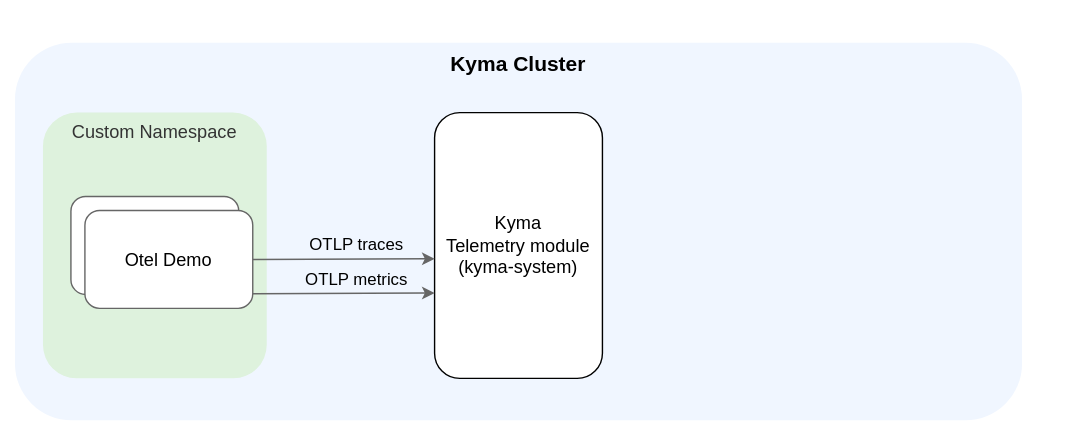
Before: docs/user/integration/assets/otel-demo.drawio.svg, a diagram exported from draw.io (kyma-project/telemetry-manager). Source tidied: cells renumbered, new cells last; positions are measured from the earlier drawing's top-left corner, leaving out a move shared by most shapes.
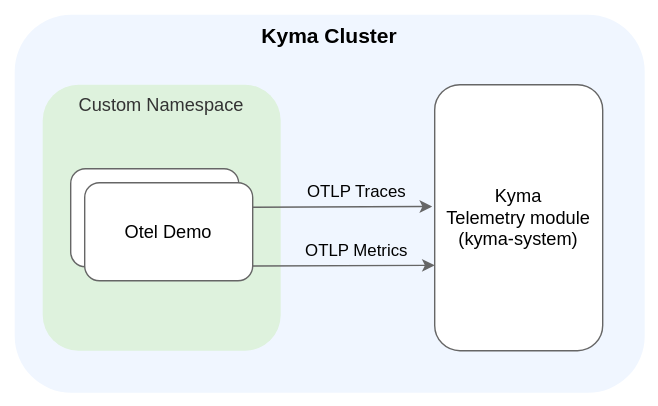
The same diagram one commit later.

What changed in the source:
```diff
@@ -3,25 +3,17 @@
     <mxCell id="0" />
     <mxCell id="1" parent="0" />
     <mxCell id="2" style="rounded=0;whiteSpace=wrap;html=1;strokeColor=none;" parent="1" vertex="1">
-      <mxGeometry width="760" height="310" as="geometry" />
+      <mxGeometry y="20" width="470" height="290" as="geometry" />
     </mxCell>
     <mxCell id="3" value="&lt;b&gt;&lt;font style=&quot;font-size: 15px;&quot;&gt;Kyma Cluster&lt;br&gt;&lt;/font&gt;&lt;/b&gt;" style="rounded=1;whiteSpace=wrap;html=1;fillColor=#F0F6FF;strokeColor=none;verticalAlign=top;" parent="1" vertex="1">
-      <mxGeometry x="10" y="30" width="720" height="270" as="geometry" />
+      <mxGeometry x="10" y="30" width="450" height="270" as="geometry" />
     </mxCell>
     <mxCell id="4" value="&lt;font style=&quot;font-size: 13px;&quot;&gt;Custom Namespace&lt;br&gt;&lt;/font&gt;" style="rounded=1;whiteSpace=wrap;html=1;fillColor=#DEF2DD;fontColor=#333333;strokeColor=none;verticalAlign=top;" parent="1" vertex="1">
-      <mxGeometry x="30" y="80" width="160" height="190" as="geometry" />
+      <mxGeometry x="30" y="80" width="170" height="190" as="geometry" />
     </mxCell>
-    <mxCell id="5" value="&lt;font style=&quot;font-size: 13px;&quot;&gt;Kyma &lt;br&gt;Telemetry module&lt;br style=&quot;border-color: var(--border-color);&quot;&gt;(kyma-system)&lt;/font&gt;" style="rounded=1;whiteSpace=wrap;html=1;fillColor=#FFFFFF;strokeColor=default;" parent="1" vertex="1">
+    <mxCell id="5" value="&lt;font style=&quot;font-size: 13px;&quot;&gt;Kyma &lt;br&gt;Telemetry module&lt;br style=&quot;border-color: var(--border-color);&quot;&gt;(kyma-system)&lt;/font&gt;" style="rounded=1;whiteSpace=wrap;html=1;fillColor=#FFFFFF;strokeColor=#666666;" parent="1" vertex="1">
       <mxGeometry x="310" y="80" width="120" height="190" as="geometry" />
     </mxCell>
-    <mxCell id="6" style="edgeStyle=none;rounded=1;jettySize=auto;html=1;exitX=1;exitY=0.5;exitDx=0;exitDy=0;strokeColor=#666666;entryX=0;entryY=0.55;entryDx=0;entryDy=0;entryPerimeter=0;" parent="1" edge="1" source="10" target="5">
-      <mxGeometry relative="1" as="geometry" />
-    </mxCell>
-    <mxCell id="7" value="OTLP traces" style="edgeLabel;html=1;align=center;verticalAlign=middle;labelBackgroundColor=none;fontStyle=0;fontSize=12;" parent="6" vertex="1">
-      <mxGeometry x="-0.29" y="2" relative="1" as="geometry">
-        <mxPoint x="28" y="-8" as="offset" />
-      </mxGeometry>
-    </mxCell>
     <mxCell id="8" style="rounded=1;whiteSpace=wrap;html=1;fontSize=13;fontStyle=0;strokeColor=#666666;" parent="1" vertex="1">
       <mxGeometry x="50" y="140" width="120" height="70" as="geometry" />
     </mxCell>
@@ -37,10 +29,18 @@
         <mxPoint x="310" y="209" as="targetPoint" />
       </mxGeometry>
     </mxCell>
-    <mxCell id="12" value="OTLP metrics" style="edgeLabel;html=1;align=center;verticalAlign=middle;labelBackgroundColor=none;fontStyle=0;fontSize=12;" parent="11" vertex="1">
+    <mxCell id="12" value="OTLP Metrics" style="edgeLabel;html=1;align=center;verticalAlign=middle;labelBackgroundColor=none;fontStyle=0;fontSize=12;" parent="11" vertex="1">
       <mxGeometry x="-0.29" y="2" relative="1" as="geometry">
         <mxPoint x="28" y="-8" as="offset" />
       </mxGeometry>
     </mxCell>
+    <mxCell id="6" style="edgeStyle=none;rounded=1;jettySize=auto;html=1;exitX=1;exitY=0.25;exitDx=0;exitDy=0;strokeColor=#666666;entryX=-0.015;entryY=0.458;entryDx=0;entryDy=0;entryPerimeter=0;" parent="1" edge="1" source="10" target="5">
+      <mxGeometry relative="1" as="geometry" />
+    </mxCell>
+    <mxCell id="13" value="OTLP Traces" style="edgeLabel;html=1;align=center;verticalAlign=middle;labelBackgroundColor=none;fontStyle=0;fontSize=12;" parent="6" vertex="1">
+      <mxGeometry x="-0.29" y="2" relative="1" as="geometry">
+        <mxPoint x="28" y="-8" as="offset" />
+      </mxGeometry>
+    </mxCell>
   </root>
 </mxGraphModel>
```
